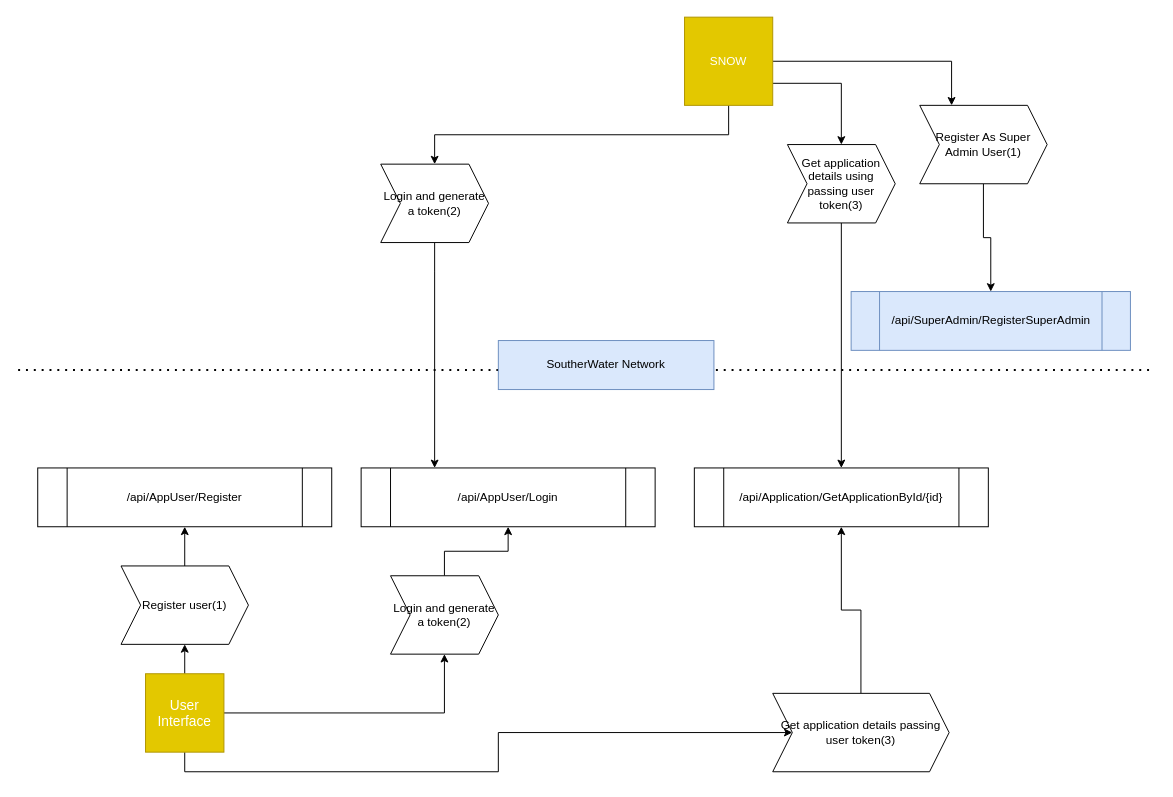
Above: DevServicesTokenMechanism.drawio in mattwatts36/drawings (draw.io), before the change. Source tidied: cells renumbered, new cells numbered last; positions are measured from the earlier drawing's top-left corner, leaving out a move shared by most shapes. Both pictures are drawn from the tidied source at 98%, with x=0, y=0 at pixel (18, 17).
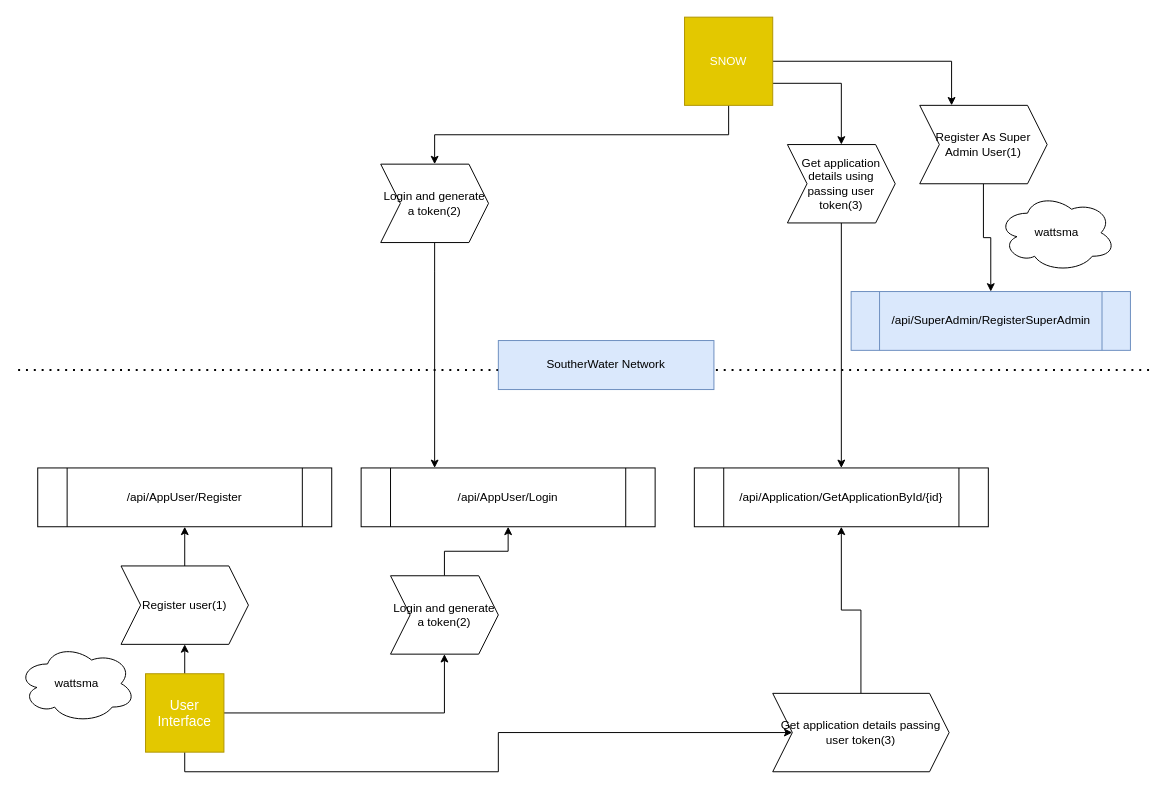
Above is the later version.

Diff of the diagram source:
```diff
@@
+    <mxCell id="28" value="wattsma" style="ellipse;shape=cloud;whiteSpace=wrap;html=1;" parent="1" vertex="1">
+      <mxGeometry y="640" width="120" height="80" as="geometry" />
+    </mxCell>
+    <mxCell id="29" value="wattsma" style="ellipse;shape=cloud;whiteSpace=wrap;html=1;" parent="1" vertex="1">
+      <mxGeometry x="1000" y="180" width="120" height="80" as="geometry" />
+    </mxCell>
```
